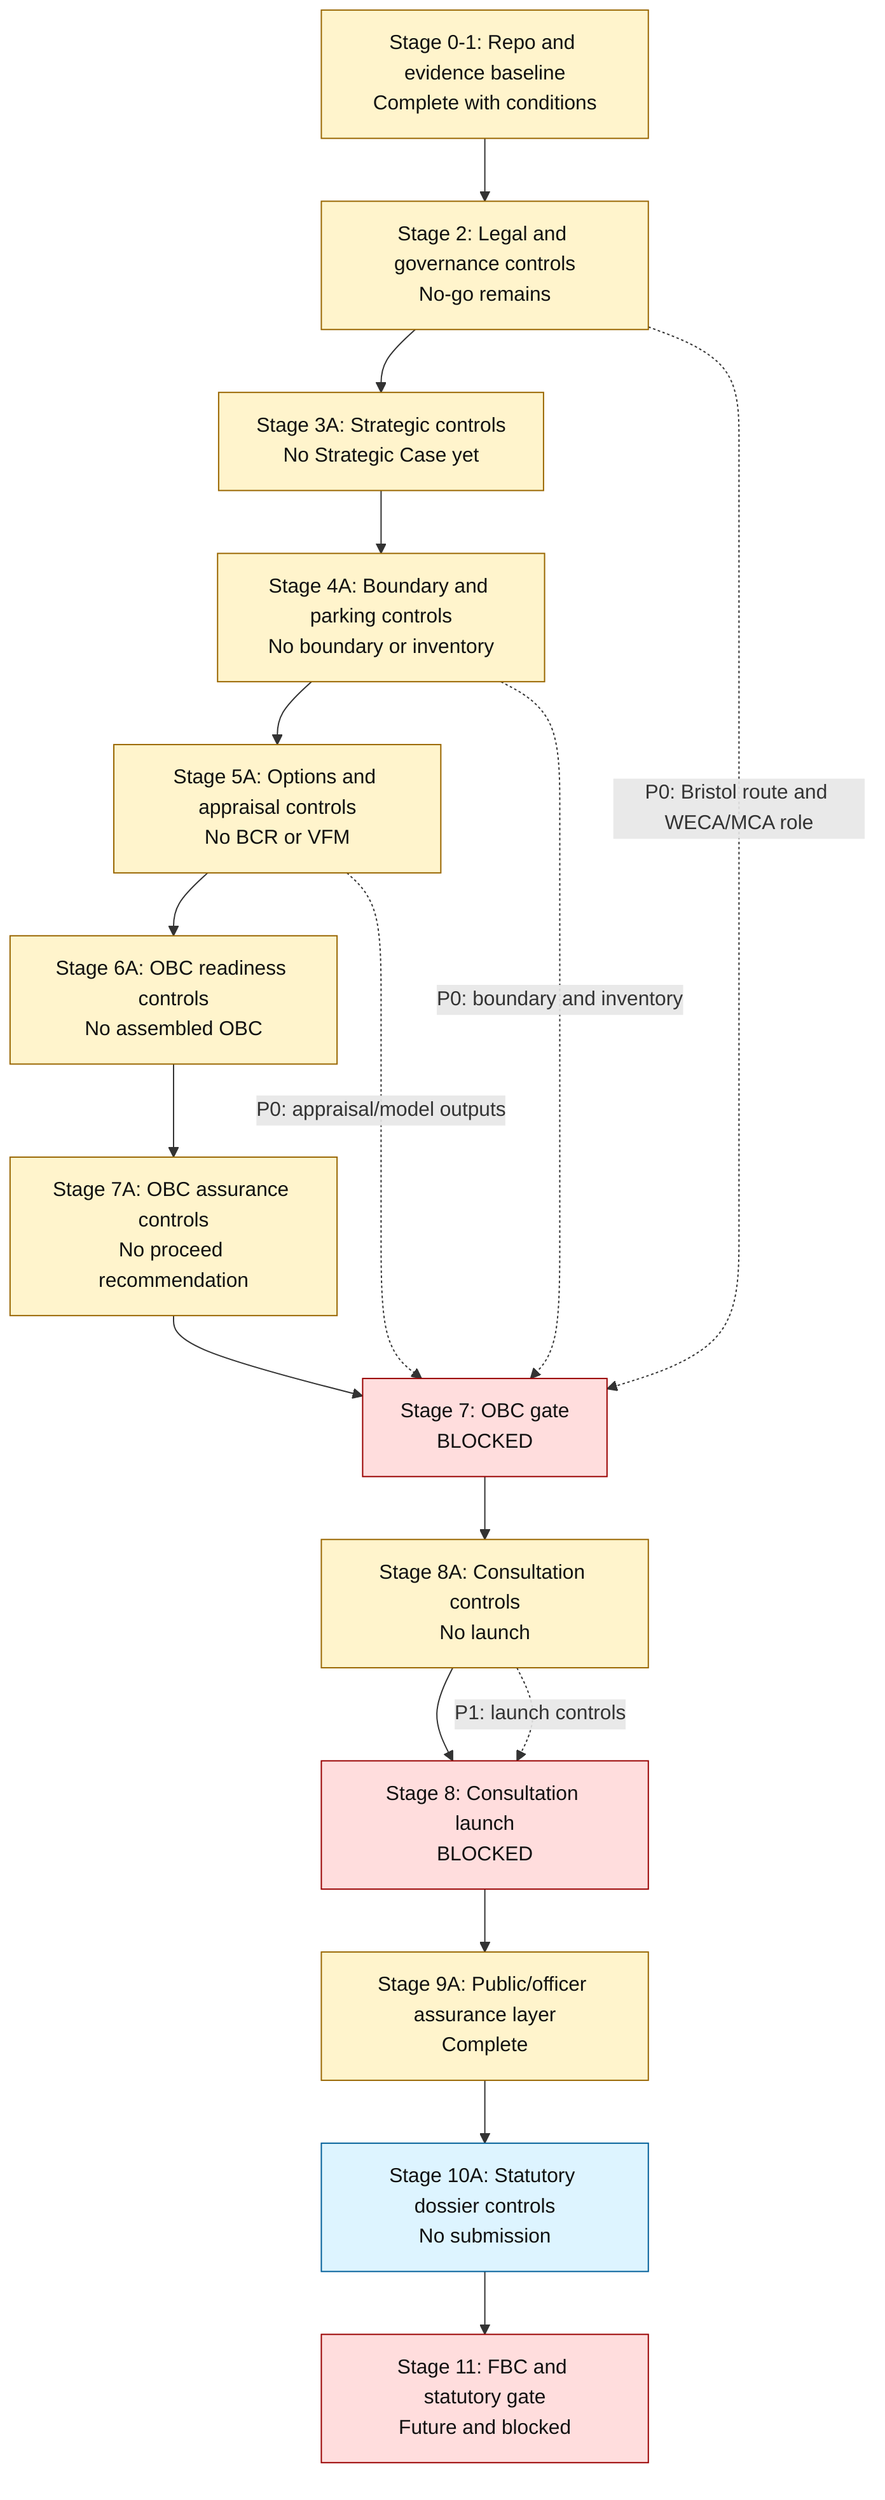
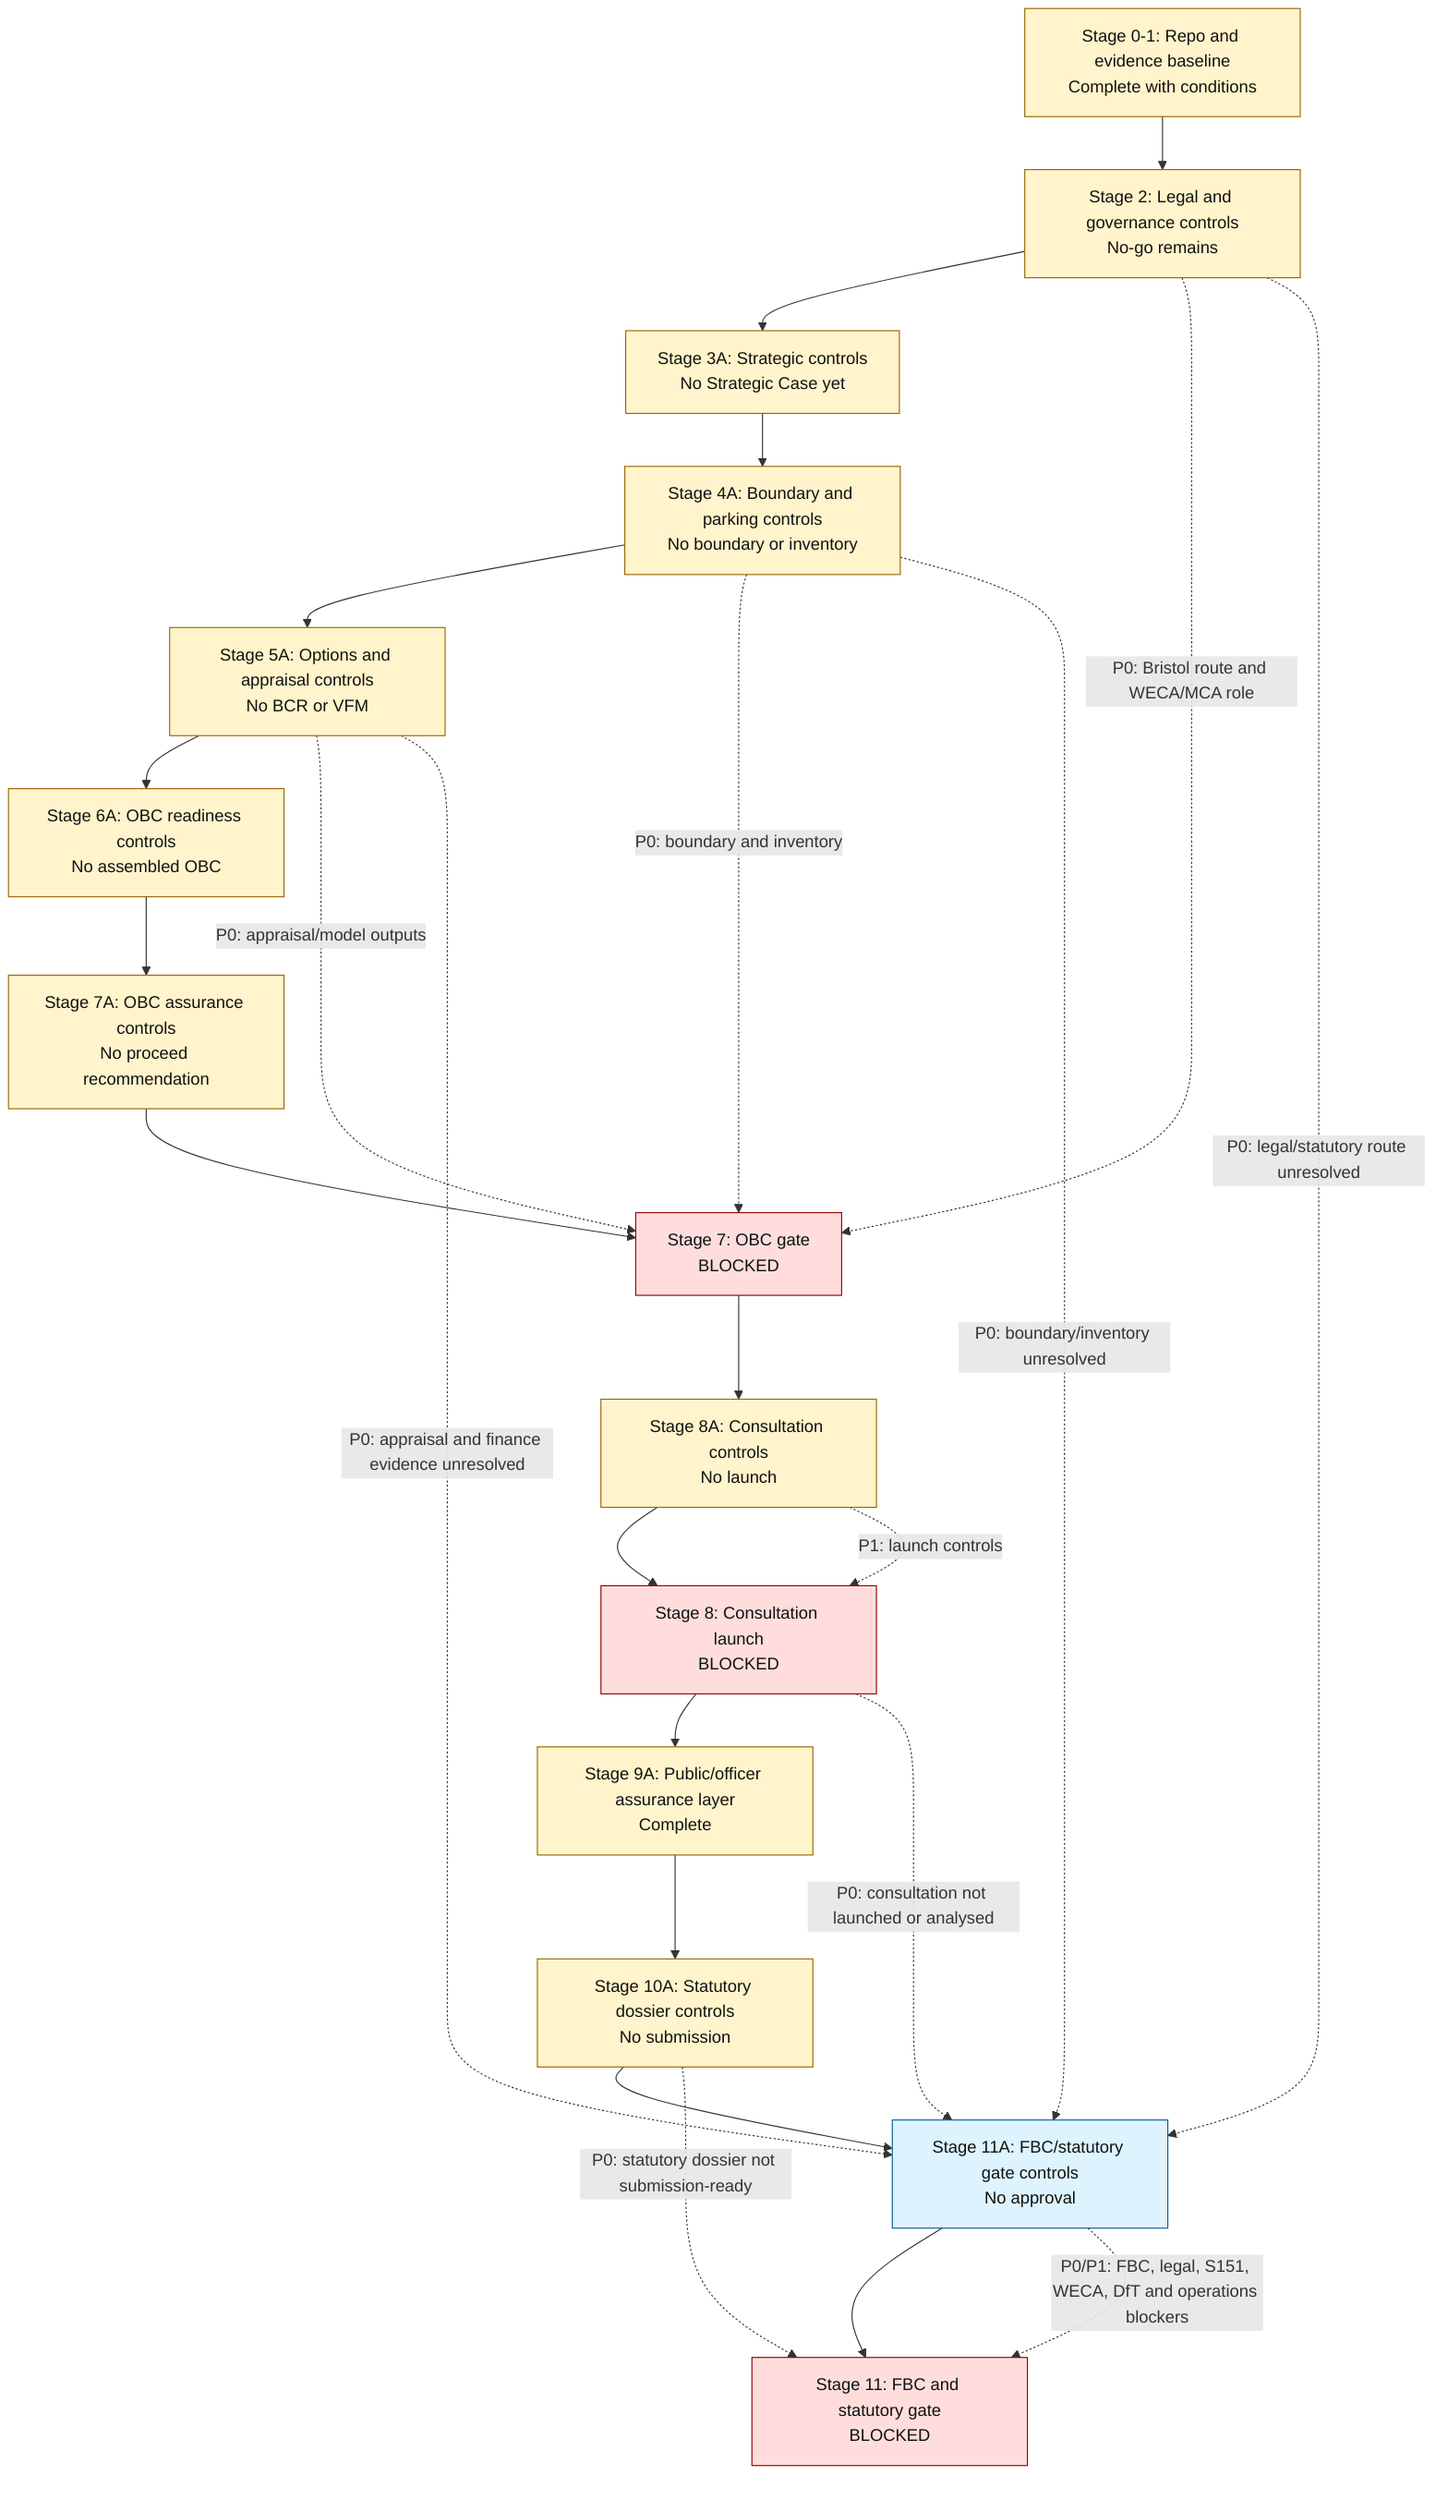
flowchart TD
    A["Stage 0-1: Repo and evidence baseline<br/>Complete with conditions"] --> B["Stage 2: Legal and governance controls<br/>No-go remains"]
    B --> C["Stage 3A: Strategic controls<br/>No Strategic Case yet"]
    C --> D["Stage 4A: Boundary and parking controls<br/>No boundary or inventory"]
    D --> E["Stage 5A: Options and appraisal controls<br/>No BCR or VFM"]
    E --> F["Stage 6A: OBC readiness controls<br/>No assembled OBC"]
    F --> F2["Stage 7A: OBC assurance controls<br/>No proceed recommendation"]
    F2 --> G["Stage 7: OBC gate<br/>BLOCKED"]
    G --> H["Stage 8A: Consultation controls<br/>No launch"]
    H --> I["Stage 8: Consultation launch<br/>BLOCKED"]
    I --> J["Stage 9A: Public/officer assurance layer<br/>Complete"]
    J --> J2["Stage 10A: Statutory dossier controls<br/>No submission"]
-     J2 --> K["Stage 11: FBC and statutory gate<br/>Future and blocked"]
+     J2 --> K2["Stage 11A: FBC/statutory gate controls<br/>No approval"]
+     K2 --> K["Stage 11: FBC and statutory gate<br/>BLOCKED"]

    B -. "P0: Bristol route and WECA/MCA role" .-> G
    D -. "P0: boundary and inventory" .-> G
    E -. "P0: appraisal/model outputs" .-> G
    H -. "P1: launch controls" .-> I
+     B -. "P0: legal/statutory route unresolved" .-> K2
+     D -. "P0: boundary/inventory unresolved" .-> K2
+     E -. "P0: appraisal and finance evidence unresolved" .-> K2
+     I -. "P0: consultation not launched or analysed" .-> K2
+     J2 -. "P0: statutory dossier not submission-ready" .-> K
+     K2 -. "P0/P1: FBC, legal, S151, WECA, DfT and operations blockers" .-> K

    classDef blocked fill:#ffdddd,stroke:#990000,color:#111111;
    classDef control fill:#fff4cc,stroke:#996600,color:#111111;
    classDef current fill:#ddf4ff,stroke:#005f99,color:#111111;

    class G,I,K blocked;
-     class A,B,C,D,E,F,F2,H,J control;
-     class J2 current;
+     class A,B,C,D,E,F,F2,H,J,J2 control;
+     class K2 current;
